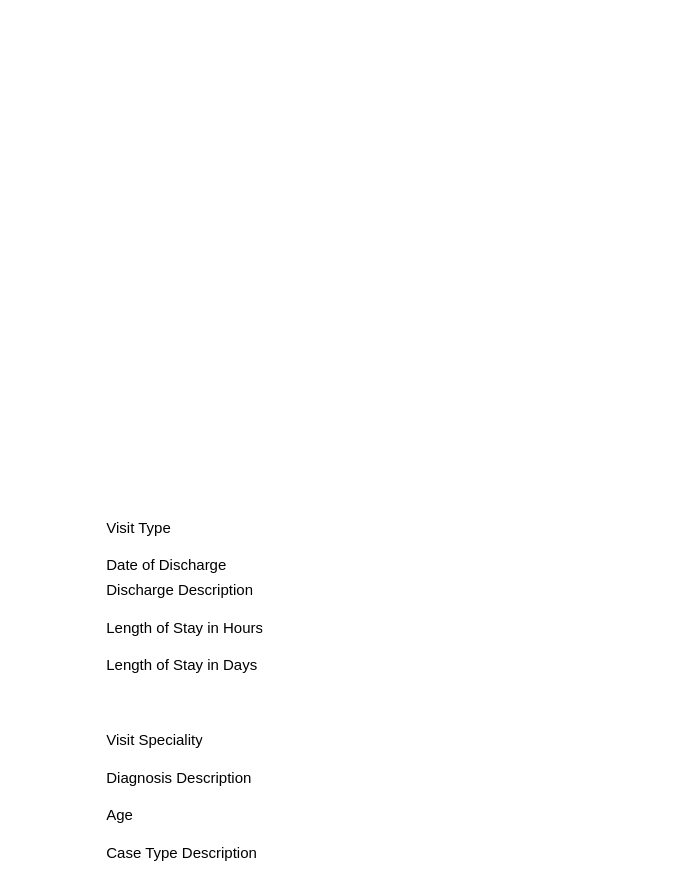
Before: Design/eHints Entity Diagram.drawio in pavanmanideep/Tools, a draw.io diagram. Source tidied: cells renumbered, new cells numbered last; positions are measured from the earlier drawing's top-left corner, leaving out a move shared by most shapes. Both pictures are drawn from the tidied source at 125%, with x=0, y=0 at pixel (96, 509).
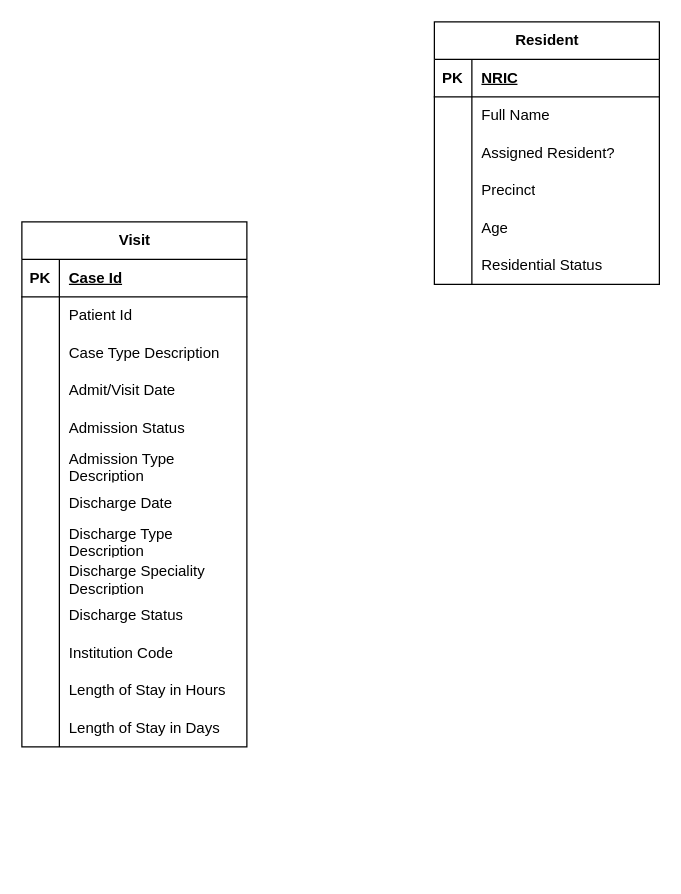
After the change.

Change to the diagram source:
```diff
@@
-    <mxCell id="2" value="Diagnosis Description" style="shape=partialRectangle;fillColor=none;top=0;left=0;bottom=0;right=0;align=left;spacingLeft=6;overflow=hidden;whiteSpace=wrap;html=1;" parent="1" vertex="1">
-      <mxGeometry y="200" width="150" height="30" as="geometry" />
-    </mxCell>
-    <mxCell id="3" value="Date of Discharge" style="shape=partialRectangle;fillColor=none;top=0;left=0;bottom=0;right=0;align=left;spacingLeft=6;overflow=hidden;whiteSpace=wrap;html=1;" parent="1" vertex="1">
-      <mxGeometry y="30" width="150" height="30" as="geometry" />
-    </mxCell>
-    <mxCell id="4" value="Visit Type" style="shape=partialRectangle;fillColor=none;top=0;left=0;bottom=0;right=0;align=left;spacingLeft=6;overflow=hidden;whiteSpace=wrap;html=1;" parent="1" vertex="1">
-      <mxGeometry width="150" height="30" as="geometry" />
-    </mxCell>
-    <mxCell id="5" value="Discharge Description" style="shape=partialRectangle;fillColor=none;top=0;left=0;bottom=0;right=0;align=left;spacingLeft=6;overflow=hidden;whiteSpace=wrap;html=1;" parent="1" vertex="1">
-      <mxGeometry y="50" width="150" height="30" as="geometry" />
-    </mxCell>
+    <mxCell id="11" value="Resident" style="shape=table;startSize=30;childLayout=tableLayout;rowLines=0;fontStyle=1;align=center;html=1;" parent="1" vertex="1">
+      <mxGeometry x="270" y="-390" width="180" height="210" as="geometry" />
+    </mxCell>
+    <mxCell id="12" style="shape=tableRow;horizontal=0;startSize=0;swimlaneHead=0;swimlaneBody=0;fillColor=none;top=0;left=0;right=0;bottom=1;" parent="11" vertex="1">
+      <mxGeometry y="30" width="180" height="30" as="geometry" />
+    </mxCell>
+    <mxCell id="13" value="PK" style="shape=partialRectangle;fillColor=none;top=0;left=0;bottom=0;right=0;fontStyle=1;overflow=hidden;whiteSpace=wrap;html=1;" parent="12" vertex="1">
+      <mxGeometry width="30" height="30" as="geometry" />
+    </mxCell>
+    <mxCell id="14" value="NRIC" style="shape=partialRectangle;fillColor=none;top=0;left=0;bottom=0;right=0;align=left;spacingLeft=6;fontStyle=5;overflow=hidden;whiteSpace=wrap;html=1;" parent="12" vertex="1">
+      <mxGeometry x="30" width="150" height="30" as="geometry" />
+    </mxCell>
+    <mxCell id="15" style="shape=tableRow;horizontal=0;startSize=0;swimlaneHead=0;swimlaneBody=0;fillColor=none;top=0;left=0;right=0;bottom=0;" parent="11" vertex="1">
+      <mxGeometry y="60" width="180" height="30" as="geometry" />
+    </mxCell>
+    <mxCell id="16" style="shape=partialRectangle;fillColor=none;top=0;left=0;bottom=0;right=0;overflow=hidden;whiteSpace=wrap;html=1;" parent="15" vertex="1">
+      <mxGeometry width="30" height="30" as="geometry" />
+    </mxCell>
+    <mxCell id="17" value="Full Name" style="shape=partialRectangle;fillColor=none;top=0;left=0;bottom=0;right=0;align=left;spacingLeft=6;overflow=hidden;whiteSpace=wrap;html=1;" parent="15" vertex="1">
+      <mxGeometry x="30" width="150" height="30" as="geometry" />
+    </mxCell>
+    <mxCell id="18" style="shape=tableRow;horizontal=0;startSize=0;swimlaneHead=0;swimlaneBody=0;fillColor=none;top=0;left=0;right=0;bottom=0;" parent="11" vertex="1">
+      <mxGeometry y="90" width="180" height="30" as="geometry" />
+    </mxCell>
+    <mxCell id="19" style="shape=partialRectangle;fillColor=none;top=0;left=0;bottom=0;right=0;overflow=hidden;whiteSpace=wrap;html=1;" parent="18" vertex="1">
+      <mxGeometry width="30" height="30" as="geometry" />
+    </mxCell>
+    <mxCell id="20" value="Assigned Resident?" style="shape=partialRectangle;fillColor=none;top=0;left=0;bottom=0;right=0;align=left;spacingLeft=6;overflow=hidden;whiteSpace=wrap;html=1;" parent="18" vertex="1">
+      <mxGeometry x="30" width="150" height="30" as="geometry" />
+    </mxCell>
+    <mxCell id="21" style="shape=tableRow;horizontal=0;startSize=0;swimlaneHead=0;swimlaneBody=0;fillColor=none;top=0;left=0;right=0;bottom=0;" parent="11" vertex="1">
+      <mxGeometry y="120" width="180" height="30" as="geometry" />
+    </mxCell>
+    <mxCell id="22" style="shape=partialRectangle;fillColor=none;top=0;left=0;bottom=0;right=0;overflow=hidden;whiteSpace=wrap;html=1;" parent="21" vertex="1">
+      <mxGeometry width="30" height="30" as="geometry" />
+    </mxCell>
+    <mxCell id="23" value="Precinct" style="shape=partialRectangle;fillColor=none;top=0;left=0;bottom=0;right=0;align=left;spacingLeft=6;overflow=hidden;whiteSpace=wrap;html=1;" parent="21" vertex="1">
+      <mxGeometry x="30" width="150" height="30" as="geometry" />
+    </mxCell>
+    <mxCell id="24" style="shape=tableRow;horizontal=0;startSize=0;swimlaneHead=0;swimlaneBody=0;fillColor=none;top=0;left=0;right=0;bottom=0;" parent="11" vertex="1">
+      <mxGeometry y="150" width="180" height="30" as="geometry" />
+    </mxCell>
+    <mxCell id="25" style="shape=partialRectangle;fillColor=none;top=0;left=0;bottom=0;right=0;overflow=hidden;whiteSpace=wrap;html=1;" parent="24" vertex="1">
+      <mxGeometry width="30" height="30" as="geometry" />
+    </mxCell>
+    <mxCell id="8" value="Age" style="shape=partialRectangle;fillColor=none;top=0;left=0;bottom=0;right=0;align=left;spacingLeft=6;overflow=hidden;whiteSpace=wrap;html=1;" parent="24" vertex="1">
+      <mxGeometry x="30" width="150" height="30" as="geometry" />
+    </mxCell>
+    <mxCell id="26" style="shape=tableRow;horizontal=0;startSize=0;swimlaneHead=0;swimlaneBody=0;fillColor=none;top=0;left=0;right=0;bottom=0;" parent="11" vertex="1">
+      <mxGeometry y="180" width="180" height="30" as="geometry" />
+    </mxCell>
+    <mxCell id="27" style="shape=partialRectangle;fillColor=none;top=0;left=0;bottom=0;right=0;overflow=hidden;whiteSpace=wrap;html=1;" parent="26" vertex="1">
+      <mxGeometry width="30" height="30" as="geometry" />
+    </mxCell>
+    <mxCell id="28" value="Residential Status" style="shape=partialRectangle;fillColor=none;top=0;left=0;bottom=0;right=0;align=left;spacingLeft=6;overflow=hidden;whiteSpace=wrap;html=1;" parent="26" vertex="1">
+      <mxGeometry x="30" width="150" height="30" as="geometry" />
+    </mxCell>
+    <mxCell id="29" value="Visit" style="shape=table;startSize=30;childLayout=tableLayout;rowLines=0;fontStyle=1;align=center;html=1;" parent="1" vertex="1">
+      <mxGeometry x="-60" y="-230" width="180" height="420" as="geometry" />
+    </mxCell>
+    <mxCell id="30" style="shape=tableRow;horizontal=0;startSize=0;swimlaneHead=0;swimlaneBody=0;fillColor=none;top=0;left=0;right=0;bottom=1;" parent="29" vertex="1">
+      <mxGeometry y="30" width="180" height="30" as="geometry" />
+    </mxCell>
+    <mxCell id="31" value="PK" style="shape=partialRectangle;fillColor=none;top=0;left=0;bottom=0;right=0;fontStyle=1;overflow=hidden;whiteSpace=wrap;html=1;" parent="30" vertex="1">
+      <mxGeometry width="30" height="30" as="geometry" />
+    </mxCell>
+    <mxCell id="32" value="Case Id" style="shape=partialRectangle;fillColor=none;top=0;left=0;bottom=0;right=0;align=left;spacingLeft=6;fontStyle=5;overflow=hidden;whiteSpace=wrap;html=1;" parent="30" vertex="1">
+      <mxGeometry x="30" width="150" height="30" as="geometry" />
+    </mxCell>
+    <mxCell id="33" style="shape=tableRow;horizontal=0;startSize=0;swimlaneHead=0;swimlaneBody=0;fillColor=none;top=0;left=0;right=0;bottom=0;" parent="29" vertex="1">
+      <mxGeometry y="60" width="180" height="30" as="geometry" />
+    </mxCell>
+    <mxCell id="34" style="shape=partialRectangle;fillColor=none;top=0;left=0;bottom=0;right=0;overflow=hidden;whiteSpace=wrap;html=1;" parent="33" vertex="1">
+      <mxGeometry width="30" height="30" as="geometry" />
+    </mxCell>
+    <mxCell id="35" value="Patient Id" style="shape=partialRectangle;fillColor=none;top=0;left=0;bottom=0;right=0;align=left;spacingLeft=6;overflow=hidden;whiteSpace=wrap;html=1;" parent="33" vertex="1">
+      <mxGeometry x="30" width="150" height="30" as="geometry" />
+    </mxCell>
+    <mxCell id="36" style="shape=tableRow;horizontal=0;startSize=0;swimlaneHead=0;swimlaneBody=0;fillColor=none;top=0;left=0;right=0;bottom=0;" parent="29" vertex="1">
+      <mxGeometry y="90" width="180" height="30" as="geometry" />
+    </mxCell>
+    <mxCell id="37" style="shape=partialRectangle;fillColor=none;top=0;left=0;bottom=0;right=0;overflow=hidden;whiteSpace=wrap;html=1;" parent="36" vertex="1">
+      <mxGeometry width="30" height="30" as="geometry" />
+    </mxCell>
+    <mxCell id="9" value="Case Type Description" style="shape=partialRectangle;fillColor=none;top=0;left=0;bottom=0;right=0;align=left;spacingLeft=6;overflow=hidden;whiteSpace=wrap;html=1;" parent="36" vertex="1">
+      <mxGeometry x="30" width="150" height="30" as="geometry" />
+    </mxCell>
+    <mxCell id="38" style="shape=tableRow;horizontal=0;startSize=0;swimlaneHead=0;swimlaneBody=0;fillColor=none;top=0;left=0;right=0;bottom=0;" parent="29" vertex="1">
+      <mxGeometry y="120" width="180" height="30" as="geometry" />
+    </mxCell>
+    <mxCell id="39" style="shape=partialRectangle;fillColor=none;top=0;left=0;bottom=0;right=0;overflow=hidden;whiteSpace=wrap;html=1;" parent="38" vertex="1">
+      <mxGeometry width="30" height="30" as="geometry" />
+    </mxCell>
+    <mxCell id="40" value="&lt;p style=&quot;margin-top: 0pt; margin-bottom: 0pt; margin-left: 0in; direction: ltr; unicode-bidi: embed; word-break: normal;&quot;&gt;Admit/Visit Date&lt;/p&gt;" style="shape=partialRectangle;fillColor=none;top=0;left=0;bottom=0;right=0;align=left;spacingLeft=6;overflow=hidden;whiteSpace=wrap;html=1;" parent="38" vertex="1">
+      <mxGeometry x="30" width="150" height="30" as="geometry" />
+    </mxCell>
+    <mxCell id="41" style="shape=tableRow;horizontal=0;startSize=0;swimlaneHead=0;swimlaneBody=0;fillColor=none;top=0;left=0;right=0;bottom=0;" parent="29" vertex="1">
+      <mxGeometry y="150" width="180" height="30" as="geometry" />
+    </mxCell>
+    <mxCell id="42" style="shape=partialRectangle;fillColor=none;top=0;left=0;bottom=0;right=0;overflow=hidden;whiteSpace=wrap;html=1;" parent="41" vertex="1">
+      <mxGeometry width="30" height="30" as="geometry" />
+    </mxCell>
+    <mxCell id="43" value="&lt;p style=&quot;margin-top: 0pt; margin-bottom: 0pt; margin-left: 0in; direction: ltr; unicode-bidi: embed; word-break: normal;&quot;&gt;Admission Status&lt;/p&gt;" style="shape=partialRectangle;fillColor=none;top=0;left=0;bottom=0;right=0;align=left;spacingLeft=6;overflow=hidden;whiteSpace=wrap;html=1;" parent="41" vertex="1">
+      <mxGeometry x="30" width="150" height="30" as="geometry" />
+    </mxCell>
+    <mxCell id="44" style="shape=tableRow;horizontal=0;startSize=0;swimlaneHead=0;swimlaneBody=0;fillColor=none;top=0;left=0;right=0;bottom=0;" parent="29" vertex="1">
+      <mxGeometry y="180" width="180" height="30" as="geometry" />
+    </mxCell>
+    <mxCell id="45" style="shape=partialRectangle;fillColor=none;top=0;left=0;bottom=0;right=0;overflow=hidden;whiteSpace=wrap;html=1;" parent="44" vertex="1">
+      <mxGeometry width="30" height="30" as="geometry" />
+    </mxCell>
+    <mxCell id="46" value="&lt;p style=&quot;margin-top: 0pt; margin-bottom: 0pt; margin-left: 0in; direction: ltr; unicode-bidi: embed; word-break: normal;&quot;&gt;Admission Type Description&lt;/p&gt;" style="shape=partialRectangle;fillColor=none;top=0;left=0;bottom=0;right=0;align=left;spacingLeft=6;overflow=hidden;whiteSpace=wrap;html=1;" parent="44" vertex="1">
+      <mxGeometry x="30" width="150" height="30" as="geometry" />
+    </mxCell>
+    <mxCell id="47" style="shape=tableRow;horizontal=0;startSize=0;swimlaneHead=0;swimlaneBody=0;fillColor=none;top=0;left=0;right=0;bottom=0;" parent="29" vertex="1">
+      <mxGeometry y="210" width="180" height="30" as="geometry" />
+    </mxCell>
+    <mxCell id="48" style="shape=partialRectangle;fillColor=none;top=0;left=0;bottom=0;right=0;overflow=hidden;whiteSpace=wrap;html=1;" parent="47" vertex="1">
+      <mxGeometry width="30" height="30" as="geometry" />
+    </mxCell>
+    <mxCell id="49" value="&lt;p style=&quot;margin-top: 0pt; margin-bottom: 0pt; margin-left: 0in; direction: ltr; unicode-bidi: embed; word-break: normal;&quot;&gt;Discharge Date&lt;/p&gt;" style="shape=partialRectangle;fillColor=none;top=0;left=0;bottom=0;right=0;align=left;spacingLeft=6;overflow=hidden;whiteSpace=wrap;html=1;" parent="47" vertex="1">
+      <mxGeometry x="30" width="150" height="30" as="geometry" />
+    </mxCell>
+    <mxCell id="50" style="shape=tableRow;horizontal=0;startSize=0;swimlaneHead=0;swimlaneBody=0;fillColor=none;top=0;left=0;right=0;bottom=0;" parent="29" vertex="1">
+      <mxGeometry y="240" width="180" height="30" as="geometry" />
+    </mxCell>
+    <mxCell id="51" style="shape=partialRectangle;fillColor=none;top=0;left=0;bottom=0;right=0;overflow=hidden;whiteSpace=wrap;html=1;" parent="50" vertex="1">
+      <mxGeometry width="30" height="30" as="geometry" />
+    </mxCell>
+    <mxCell id="52" value="&lt;p style=&quot;margin-top: 0pt; margin-bottom: 0pt; margin-left: 0in; direction: ltr; unicode-bidi: embed; word-break: normal;&quot;&gt;Discharge Type Description&lt;/p&gt;" style="shape=partialRectangle;fillColor=none;top=0;left=0;bottom=0;right=0;align=left;spacingLeft=6;overflow=hidden;whiteSpace=wrap;html=1;" parent="50" vertex="1">
+      <mxGeometry x="30" width="150" height="30" as="geometry" />
+    </mxCell>
+    <mxCell id="53" style="shape=tableRow;horizontal=0;startSize=0;swimlaneHead=0;swimlaneBody=0;fillColor=none;top=0;left=0;right=0;bottom=0;" parent="29" vertex="1">
+      <mxGeometry y="270" width="180" height="30" as="geometry" />
+    </mxCell>
+    <mxCell id="54" style="shape=partialRectangle;fillColor=none;top=0;left=0;bottom=0;right=0;overflow=hidden;whiteSpace=wrap;html=1;" parent="53" vertex="1">
+      <mxGeometry width="30" height="30" as="geometry" />
+    </mxCell>
+    <mxCell id="55" value="&lt;p style=&quot;margin-top: 0pt; margin-bottom: 0pt; margin-left: 0in; direction: ltr; unicode-bidi: embed; word-break: normal;&quot;&gt;Discharge Speciality Description&lt;/p&gt;" style="shape=partialRectangle;fillColor=none;top=0;left=0;bottom=0;right=0;align=left;spacingLeft=6;overflow=hidden;whiteSpace=wrap;html=1;" parent="53" vertex="1">
+      <mxGeometry x="30" width="150" height="30" as="geometry" />
+    </mxCell>
+    <mxCell id="56" style="shape=tableRow;horizontal=0;startSize=0;swimlaneHead=0;swimlaneBody=0;fillColor=none;top=0;left=0;right=0;bottom=0;" parent="29" vertex="1">
+      <mxGeometry y="300" width="180" height="30" as="geometry" />
+    </mxCell>
+    <mxCell id="57" style="shape=partialRectangle;fillColor=none;top=0;left=0;bottom=0;right=0;overflow=hidden;whiteSpace=wrap;html=1;" parent="56" vertex="1">
+      <mxGeometry width="30" height="30" as="geometry" />
+    </mxCell>
+    <mxCell id="58" value="&lt;p style=&quot;margin-top: 0pt; margin-bottom: 0pt; margin-left: 0in; direction: ltr; unicode-bidi: embed; word-break: normal;&quot;&gt;Discharge Status&lt;/p&gt;" style="shape=partialRectangle;fillColor=none;top=0;left=0;bottom=0;right=0;align=left;spacingLeft=6;overflow=hidden;whiteSpace=wrap;html=1;" parent="56" vertex="1">
+      <mxGeometry x="30" width="150" height="30" as="geometry" />
+    </mxCell>
+    <mxCell id="59" style="shape=tableRow;horizontal=0;startSize=0;swimlaneHead=0;swimlaneBody=0;fillColor=none;top=0;left=0;right=0;bottom=0;" parent="29" vertex="1">
+      <mxGeometry y="330" width="180" height="30" as="geometry" />
+    </mxCell>
+    <mxCell id="60" style="shape=partialRectangle;fillColor=none;top=0;left=0;bottom=0;right=0;overflow=hidden;whiteSpace=wrap;html=1;" parent="59" vertex="1">
+      <mxGeometry width="30" height="30" as="geometry" />
+    </mxCell>
+    <mxCell id="61" value="&lt;p style=&quot;margin-top: 0pt; margin-bottom: 0pt; margin-left: 0in; direction: ltr; unicode-bidi: embed; word-break: normal;&quot;&gt;Institution Code&lt;/p&gt;" style="shape=partialRectangle;fillColor=none;top=0;left=0;bottom=0;right=0;align=left;spacingLeft=6;overflow=hidden;whiteSpace=wrap;html=1;" parent="59" vertex="1">
+      <mxGeometry x="30" width="150" height="30" as="geometry" />
+    </mxCell>
+    <mxCell id="62" style="shape=tableRow;horizontal=0;startSize=0;swimlaneHead=0;swimlaneBody=0;fillColor=none;top=0;left=0;right=0;bottom=0;" parent="29" vertex="1">
+      <mxGeometry y="360" width="180" height="30" as="geometry" />
+    </mxCell>
+    <mxCell id="63" style="shape=partialRectangle;fillColor=none;top=0;left=0;bottom=0;right=0;overflow=hidden;whiteSpace=wrap;html=1;" parent="62" vertex="1">
+      <mxGeometry width="30" height="30" as="geometry" />
+    </mxCell>
-    <mxCell id="6" value="Length of Stay in Hours" style="shape=partialRectangle;fillColor=none;top=0;left=0;bottom=0;right=0;align=left;spacingLeft=6;overflow=hidden;whiteSpace=wrap;html=1;" parent="1" vertex="1">
-      <mxGeometry y="80" width="150" height="30" as="geometry" />
+    <mxCell id="6" value="&lt;p style=&quot;margin-top: 0pt; margin-bottom: 0pt; margin-left: 0in; direction: ltr; unicode-bidi: embed; word-break: normal;&quot;&gt;Length of Stay in Hours&lt;/p&gt;" style="shape=partialRectangle;fillColor=none;top=0;left=0;bottom=0;right=0;align=left;spacingLeft=6;overflow=hidden;whiteSpace=wrap;html=1;" parent="62" vertex="1">
+      <mxGeometry x="30" width="150" height="30" as="geometry" />
     </mxCell>
+    <mxCell id="64" style="shape=tableRow;horizontal=0;startSize=0;swimlaneHead=0;swimlaneBody=0;fillColor=none;top=0;left=0;right=0;bottom=0;" parent="29" vertex="1">
+      <mxGeometry y="390" width="180" height="30" as="geometry" />
+    </mxCell>
+    <mxCell id="65" style="shape=partialRectangle;fillColor=none;top=0;left=0;bottom=0;right=0;overflow=hidden;whiteSpace=wrap;html=1;" parent="64" vertex="1">
+      <mxGeometry width="30" height="30" as="geometry" />
+    </mxCell>
-    <mxCell id="7" value="Length of Stay in Days" style="shape=partialRectangle;fillColor=none;top=0;left=0;bottom=0;right=0;align=left;spacingLeft=6;overflow=hidden;whiteSpace=wrap;html=1;" parent="1" vertex="1">
-      <mxGeometry y="110" width="150" height="30" as="geometry" />
+    <mxCell id="7" value="&lt;p style=&quot;margin-top: 0pt; margin-bottom: 0pt; margin-left: 0in; direction: ltr; unicode-bidi: embed; word-break: normal;&quot;&gt;Length of Stay in Days&lt;/p&gt;" style="shape=partialRectangle;fillColor=none;top=0;left=0;bottom=0;right=0;align=left;spacingLeft=6;overflow=hidden;whiteSpace=wrap;html=1;" parent="64" vertex="1">
+      <mxGeometry x="30" width="150" height="30" as="geometry" />
     </mxCell>
-    <mxCell id="8" value="Age" style="shape=partialRectangle;fillColor=none;top=0;left=0;bottom=0;right=0;align=left;spacingLeft=6;overflow=hidden;whiteSpace=wrap;html=1;" parent="1" vertex="1">
-      <mxGeometry y="230" width="150" height="30" as="geometry" />
-    </mxCell>
-    <mxCell id="9" value="Case Type Description" style="shape=partialRectangle;fillColor=none;top=0;left=0;bottom=0;right=0;align=left;spacingLeft=6;overflow=hidden;whiteSpace=wrap;html=1;" parent="1" vertex="1">
-      <mxGeometry y="260" width="150" height="30" as="geometry" />
-    </mxCell>
-    <mxCell id="10" value="Visit Speciality" style="shape=partialRectangle;fillColor=none;top=0;left=0;bottom=0;right=0;align=left;spacingLeft=6;overflow=hidden;whiteSpace=wrap;html=1;" parent="1" vertex="1">
-      <mxGeometry y="170" width="150" height="30" as="geometry" />
-    </mxCell>
```
